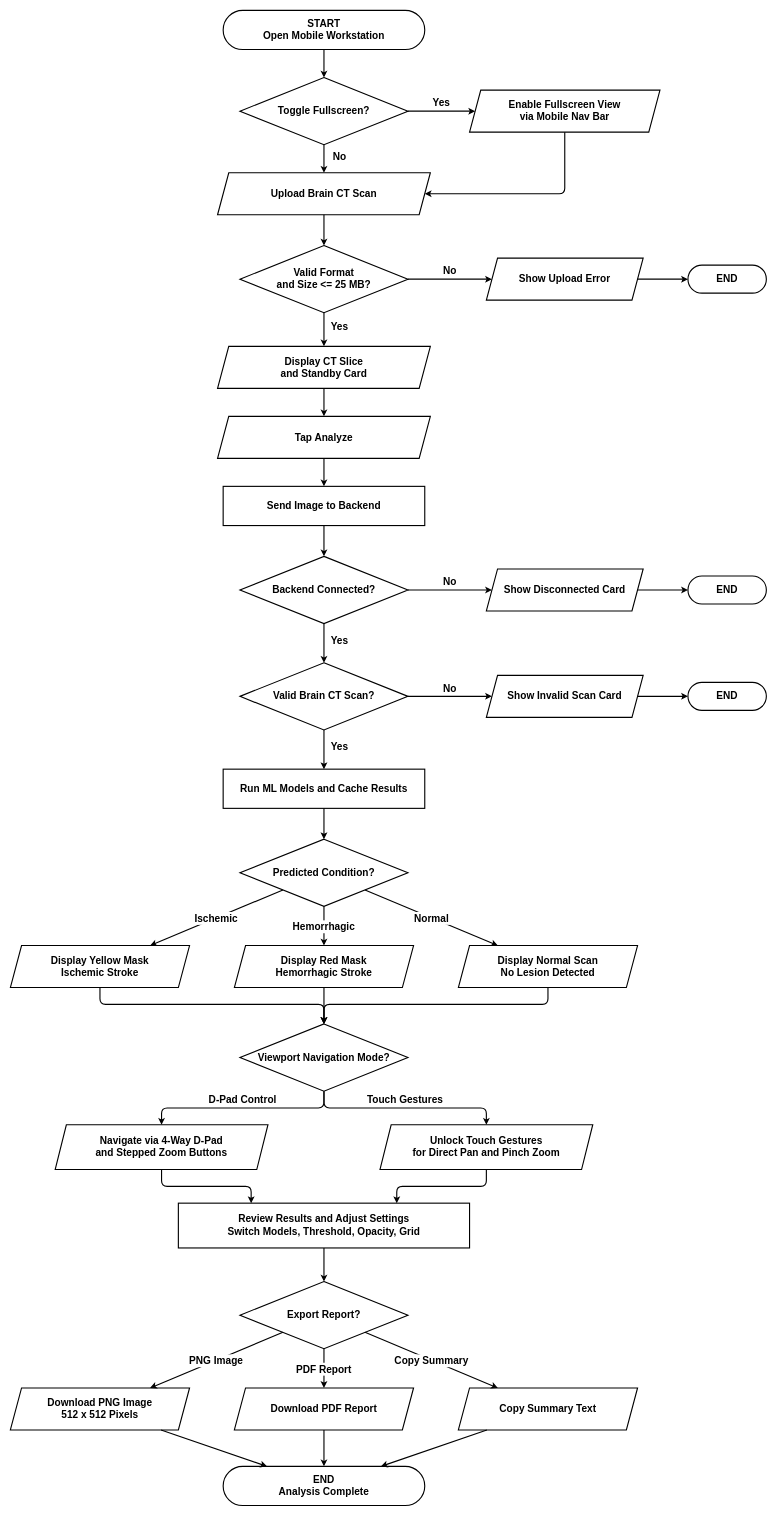
Before: page "Mobile Workflow" (2 of 2) of workflow-flowchart.drawio in Cell1991/nu-stroke-scan, a draw.io diagram. Source tidied: cells renumbered, new cells numbered last; positions are measured from the earlier drawing's top-left corner, leaving out a move shared by most shapes. Both pictures are drawn from the tidied source at 56%, with x=0, y=0 at pixel (10, 10).
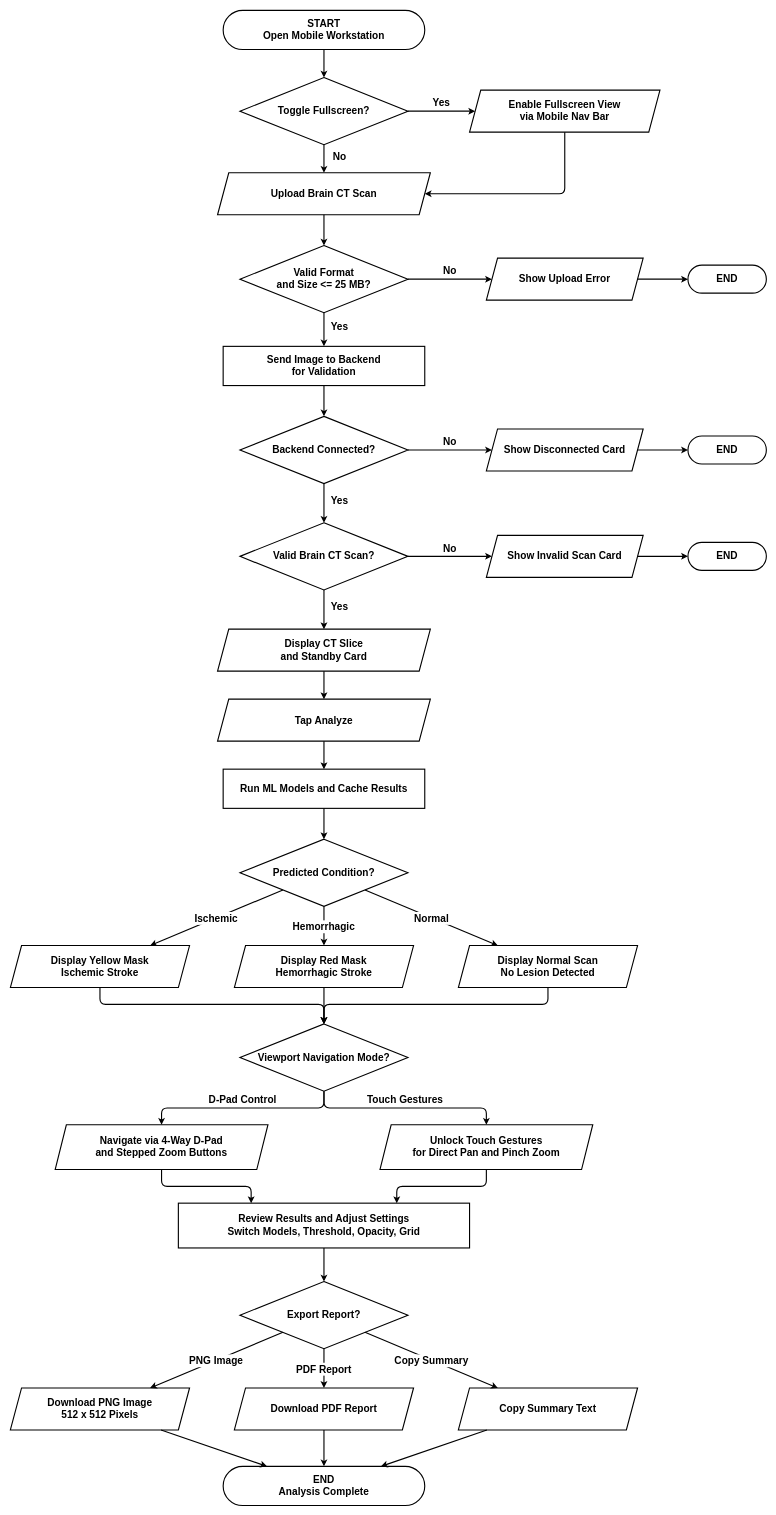
Above is the later version.

The change refers to these unchanged cells:
```xml
<mxCell id="6" value="Valid Format&#10;and Size &lt;= 25 MB?" style="rhombus;whiteSpace=wrap;html=1;fillColor=#FFFFFF;strokeColor=#000000;strokeWidth=2;fontColor=#000000;fontFamily=Arial,Helvetica,sans-serif;fontStyle=1;fontSize=18;" parent="1" vertex="1">
  <mxGeometry x="410" y="420" width="300" height="120" as="geometry" />
</mxCell>
<mxCell id="18" value="Run ML Models and Cache Results" style="rounded=0;whiteSpace=wrap;html=1;fillColor=#FFFFFF;strokeColor=#000000;strokeWidth=2;fontColor=#000000;fontFamily=Arial,Helvetica,sans-serif;fontStyle=1;fontSize=18;" parent="1" vertex="1">
  <mxGeometry x="380" y="1355" width="360" height="70" as="geometry" />
</mxCell>
```

Change to the diagram source:
```diff
@@
     <mxCell id="9" value="Display CT Slice&#10;and Standby Card" style="shape=parallelogram;perimeter=parallelogramPerimeter;whiteSpace=wrap;html=1;fixedSize=1;fillColor=#FFFFFF;strokeColor=#000000;strokeWidth=2;fontColor=#000000;fontFamily=Arial,Helvetica,sans-serif;fontStyle=1;fontSize=18;" parent="1" vertex="1">
-      <mxGeometry x="370" y="600" width="380" height="75" as="geometry" />
+      <mxGeometry x="370" y="1105" width="380" height="75" as="geometry" />
     </mxCell>
     <mxCell id="10" value="Tap Analyze" style="shape=parallelogram;perimeter=parallelogramPerimeter;whiteSpace=wrap;html=1;fixedSize=1;fillColor=#FFFFFF;strokeColor=#000000;strokeWidth=2;fontColor=#000000;fontFamily=Arial,Helvetica,sans-serif;fontStyle=1;fontSize=18;" parent="1" vertex="1">
-      <mxGeometry x="370" y="725" width="380" height="75" as="geometry" />
+      <mxGeometry x="370" y="1230" width="380" height="75" as="geometry" />
     </mxCell>
-    <mxCell id="11" value="Send Image to Backend" style="rounded=0;whiteSpace=wrap;html=1;fillColor=#FFFFFF;strokeColor=#000000;strokeWidth=2;fontColor=#000000;fontFamily=Arial,Helvetica,sans-serif;fontStyle=1;fontSize=18;" parent="1" vertex="1">
-      <mxGeometry x="380" y="850" width="360" height="70" as="geometry" />
+    <mxCell id="11" value="Send Image to Backend&#10;for Validation" style="rounded=0;whiteSpace=wrap;html=1;fillColor=#FFFFFF;strokeColor=#000000;strokeWidth=2;fontColor=#000000;fontFamily=Arial,Helvetica,sans-serif;fontStyle=1;fontSize=18;" parent="1" vertex="1">
+      <mxGeometry x="380" y="600" width="360" height="70" as="geometry" />
     </mxCell>
     <mxCell id="12" value="Backend Connected?" style="rhombus;whiteSpace=wrap;html=1;fillColor=#FFFFFF;strokeColor=#000000;strokeWidth=2;fontColor=#000000;fontFamily=Arial,Helvetica,sans-serif;fontStyle=1;fontSize=18;" parent="1" vertex="1">
-      <mxGeometry x="410" y="975" width="300" height="120" as="geometry" />
+      <mxGeometry x="410" y="725" width="300" height="120" as="geometry" />
     </mxCell>
     <mxCell id="13" value="Show Disconnected Card" style="shape=parallelogram;perimeter=parallelogramPerimeter;whiteSpace=wrap;html=1;fixedSize=1;fillColor=#FFFFFF;strokeColor=#000000;strokeWidth=2;fontColor=#000000;fontFamily=Arial,Helvetica,sans-serif;fontStyle=1;fontSize=18;" parent="1" vertex="1">
-      <mxGeometry x="850" y="997.5" width="280" height="75" as="geometry" />
+      <mxGeometry x="850" y="747.5" width="280" height="75" as="geometry" />
     </mxCell>
     <mxCell id="14" value="END" style="rounded=1;whiteSpace=wrap;html=1;arcSize=50;fillColor=#FFFFFF;strokeColor=#000000;strokeWidth=2;fontColor=#000000;fontFamily=Arial,Helvetica,sans-serif;fontStyle=1;fontSize=18;" parent="1" vertex="1">
-      <mxGeometry x="1210" y="1010" width="140" height="50" as="geometry" />
+      <mxGeometry x="1210" y="760" width="140" height="50" as="geometry" />
     </mxCell>
     <mxCell id="15" value="Valid Brain CT Scan?" style="rhombus;whiteSpace=wrap;html=1;fillColor=#FFFFFF;strokeColor=#000000;strokeWidth=2;fontColor=#000000;fontFamily=Arial,Helvetica,sans-serif;fontStyle=1;fontSize=18;" parent="1" vertex="1">
-      <mxGeometry x="410" y="1165" width="300" height="120" as="geometry" />
+      <mxGeometry x="410" y="915" width="300" height="120" as="geometry" />
     </mxCell>
     <mxCell id="16" value="Show Invalid Scan Card" style="shape=parallelogram;perimeter=parallelogramPerimeter;whiteSpace=wrap;html=1;fixedSize=1;fillColor=#FFFFFF;strokeColor=#000000;strokeWidth=2;fontColor=#000000;fontFamily=Arial,Helvetica,sans-serif;fontStyle=1;fontSize=18;" parent="1" vertex="1">
-      <mxGeometry x="850" y="1187.5" width="280" height="75" as="geometry" />
+      <mxGeometry x="850" y="937.5" width="280" height="75" as="geometry" />
     </mxCell>
     <mxCell id="17" value="END" style="rounded=1;whiteSpace=wrap;html=1;arcSize=50;fillColor=#FFFFFF;strokeColor=#000000;strokeWidth=2;fontColor=#000000;fontFamily=Arial,Helvetica,sans-serif;fontStyle=1;fontSize=18;" parent="1" vertex="1">
-      <mxGeometry x="1210" y="1200" width="140" height="50" as="geometry" />
+      <mxGeometry x="1210" y="950" width="140" height="50" as="geometry" />
     </mxCell>
@@
-    <mxCell id="39" value="Yes" style="strokeColor=#000000;strokeWidth=2;fontSize=18;fontStyle=1;fontFamily=Arial,Helvetica,sans-serif;fontColor=#000000;labelBackgroundColor=#FFFFFF;labelBorderColor=none;" parent="1" edge="1" source="6" target="9">
+    <mxCell id="39" value="Yes" style="strokeColor=#000000;strokeWidth=2;fontSize=18;fontStyle=1;fontFamily=Arial,Helvetica,sans-serif;fontColor=#000000;labelBackgroundColor=#FFFFFF;labelBorderColor=none;" parent="1" edge="1" source="6" target="11">
       <mxGeometry relative="1" as="geometry">
         <mxPoint x="28" y="-6" as="offset" />
       </mxGeometry>
     </mxCell>
@@
-    <mxCell id="41" style="strokeColor=#000000;strokeWidth=2;" parent="1" edge="1" source="10" target="11">
+    <mxCell id="41" style="strokeColor=#000000;strokeWidth=2;" parent="1" edge="1" source="10" target="18">
       <mxGeometry relative="1" as="geometry" />
     </mxCell>
@@
-    <mxCell id="48" value="Yes" style="strokeColor=#000000;strokeWidth=2;fontSize=18;fontStyle=1;fontFamily=Arial,Helvetica,sans-serif;fontColor=#000000;labelBackgroundColor=#FFFFFF;labelBorderColor=none;" parent="1" edge="1" source="15" target="18">
+    <mxCell id="48" value="Yes" style="strokeColor=#000000;strokeWidth=2;fontSize=18;fontStyle=1;fontFamily=Arial,Helvetica,sans-serif;fontColor=#000000;labelBackgroundColor=#FFFFFF;labelBorderColor=none;" parent="1" edge="1" source="15" target="9">
       <mxGeometry relative="1" as="geometry">
         <mxPoint x="28" y="-6" as="offset" />
       </mxGeometry>
     </mxCell>
```
